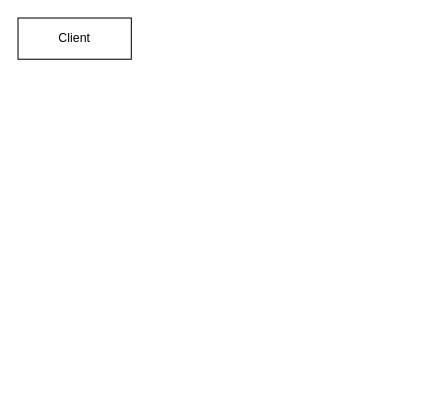
This is 设计模式/C语言设计模式/组合模式.drawio from zhouyuming/MyNotes, a draw.io file, before an edit. Source tidied: cells renumbered, new cells numbered last; positions are measured from the earlier drawing's top-left corner, leaving out a move shared by most shapes. Both pictures are drawn from the tidied source at 103%, with x=0, y=0 at pixel (18, 18).
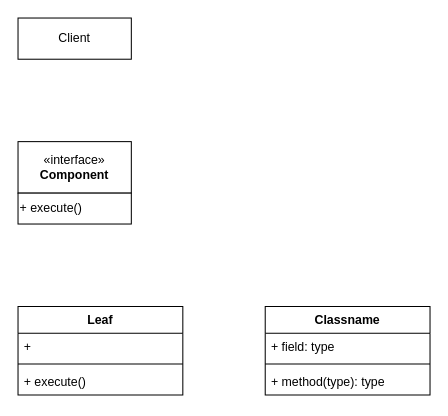
The same page after the edit.

Commit message (it also covers changes not shown here):
更新组合模式.drawio

What changed in the source:
```diff
@@
 <mxGraphModel>
   <root>
     <mxCell id="0" />
     <mxCell id="1" parent="0" />
     <mxCell id="2" value="Client" style="html=1;whiteSpace=wrap;" parent="1" vertex="1">
       <mxGeometry width="110" height="40" as="geometry" />
     </mxCell>
+    <mxCell id="3" style="group;" parent="1" vertex="1">
+      <mxGeometry y="120" width="110" height="80" as="geometry" />
+    </mxCell>
+    <mxCell id="4" value="«interface»&lt;br&gt;&lt;b&gt;Component&lt;/b&gt;" style="html=1;whiteSpace=wrap;" parent="3" vertex="1">
+      <mxGeometry width="110" height="50" as="geometry" />
+    </mxCell>
+    <mxCell id="5" value="+ execute()" style="html=1;whiteSpace=wrap;align=left;" parent="3" vertex="1">
+      <mxGeometry y="50" width="110" height="30" as="geometry" />
+    </mxCell>
+    <mxCell id="6" value="Leaf" style="swimlane;fontStyle=1;align=center;verticalAlign=top;horizontal=1;startSize=26;whiteSpace=wrap;html=1;" parent="1" vertex="1">
+      <mxGeometry y="280" width="160" height="86" as="geometry" />
+    </mxCell>
+    <mxCell id="7" value="+" style="text;strokeColor=none;fillColor=none;align=left;verticalAlign=top;spacingLeft=4;spacingRight=4;overflow=hidden;whiteSpace=wrap;html=1;" parent="6" vertex="1">
+      <mxGeometry y="26" width="160" height="26" as="geometry" />
+    </mxCell>
+    <mxCell id="8" style="line;strokeWidth=1;fillColor=none;align=left;verticalAlign=middle;spacingTop=-1;spacingLeft=3;spacingRight=3;labelPosition=right;strokeColor=inherit;" parent="6" vertex="1">
+      <mxGeometry y="52" width="160" height="8" as="geometry" />
+    </mxCell>
+    <mxCell id="9" value="+ execute()" style="text;strokeColor=none;fillColor=none;align=left;verticalAlign=top;spacingLeft=4;spacingRight=4;overflow=hidden;whiteSpace=wrap;html=1;" parent="6" vertex="1">
+      <mxGeometry y="60" width="160" height="26" as="geometry" />
+    </mxCell>
+    <mxCell id="10" value="Classname" style="swimlane;fontStyle=1;align=center;verticalAlign=top;horizontal=1;startSize=26;whiteSpace=wrap;html=1;" parent="1" vertex="1">
+      <mxGeometry x="240" y="280" width="160" height="86" as="geometry" />
+    </mxCell>
+    <mxCell id="11" value="+ field: type" style="text;strokeColor=none;fillColor=none;align=left;verticalAlign=top;spacingLeft=4;spacingRight=4;overflow=hidden;whiteSpace=wrap;html=1;" parent="10" vertex="1">
+      <mxGeometry y="26" width="160" height="26" as="geometry" />
+    </mxCell>
+    <mxCell id="12" style="line;strokeWidth=1;fillColor=none;align=left;verticalAlign=middle;spacingTop=-1;spacingLeft=3;spacingRight=3;labelPosition=right;strokeColor=inherit;" parent="10" vertex="1">
+      <mxGeometry y="52" width="160" height="8" as="geometry" />
+    </mxCell>
+    <mxCell id="13" value="+ method(type): type" style="text;strokeColor=none;fillColor=none;align=left;verticalAlign=top;spacingLeft=4;spacingRight=4;overflow=hidden;whiteSpace=wrap;html=1;" parent="10" vertex="1">
+      <mxGeometry y="60" width="160" height="26" as="geometry" />
+    </mxCell>
   </root>
 </mxGraphModel>
```
